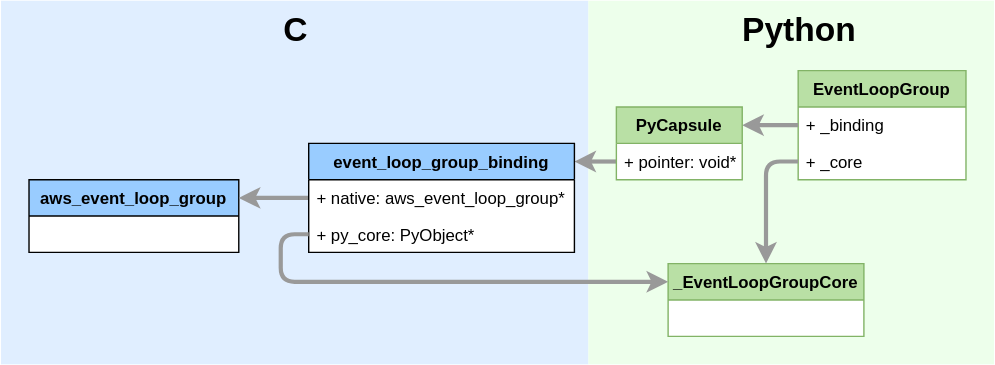
Before: docs/dev/binding-private-core.svg, a diagram exported from draw.io (awslabs/aws-crt-python). Source tidied: cells renumbered, new cells last; positions are measured from the earlier drawing's top-left corner, leaving out a move shared by most shapes. The source it was exported from:
```xml
<mxGraphModel>
  <root>
    <mxCell id="0" />
    <mxCell id="1" parent="0" />
    <mxCell id="2" style="rounded=0;whiteSpace=wrap;html=1;fillColor=#e0eeff;fontFamily=Helvetica;fontSize=12;strokeColor=none;glass=0;shadow=0;labelPosition=center;verticalLabelPosition=top;align=center;verticalAlign=bottom;horizontal=1;spacing=0;" parent="1" vertex="1">
      <mxGeometry width="420" height="260" as="geometry" />
    </mxCell>
    <mxCell id="3" style="rounded=0;whiteSpace=wrap;html=1;fillColor=#edffeb;fontFamily=Helvetica;fontSize=12;strokeColor=none;" parent="1" vertex="1">
      <mxGeometry x="420" width="290" height="260" as="geometry" />
    </mxCell>
    <mxCell id="4" value="Python" style="text;html=1;strokeColor=none;fillColor=none;align=center;verticalAlign=middle;whiteSpace=wrap;rounded=0;fontSize=24;fontFamily=Helvetica;fontStyle=1;" parent="1" vertex="1">
      <mxGeometry x="550" y="10" width="40" height="20" as="geometry" />
    </mxCell>
    <mxCell id="5" value="EventLoopGroup" style="swimlane;fontStyle=1;horizontal=1;startSize=26;fillColor=#b9e0a5;fontFamily=Helvetica;fontSize=12;gradientDirection=east;swimlaneFillColor=#ffffff;strokeColor=#82b366;" parent="1" vertex="1">
      <mxGeometry x="570" y="50" width="120" height="78" as="geometry" />
    </mxCell>
    <mxCell id="6" value="+ _binding" style="text;strokeColor=none;fillColor=none;align=left;verticalAlign=top;spacingLeft=4;spacingRight=4;overflow=hidden;points=[[0,0.5],[1,0.5]];portConstraint=eastwest;" parent="5" vertex="1">
      <mxGeometry y="26" width="120" height="26" as="geometry" />
    </mxCell>
    <mxCell id="7" value="+ _core" style="text;strokeColor=none;fillColor=none;align=left;verticalAlign=top;spacingLeft=4;spacingRight=4;overflow=hidden;points=[[0,0.5],[1,0.5]];portConstraint=eastwest;" parent="5" vertex="1">
      <mxGeometry y="52" width="120" height="26" as="geometry" />
    </mxCell>
    <mxCell id="8" style="rounded=0;jettySize=auto;html=1;exitX=0;exitY=0.5;exitDx=0;exitDy=0;strokeColor=#999999;strokeWidth=3;fontFamily=Helvetica;fontSize=12;entryX=1;entryY=0.25;entryDx=0;entryDy=0;fillColor=#f5f5f5;" parent="1" edge="1" source="6" target="12">
      <mxGeometry relative="1" as="geometry" />
    </mxCell>
    <mxCell id="9" value="aws_event_loop_group" style="swimlane;fontStyle=1;horizontal=1;startSize=26;fillColor=#99ccff;fontFamily=Helvetica;fontSize=12;swimlaneFillColor=#ffffff;" parent="1" vertex="1">
      <mxGeometry x="20" y="128" width="150" height="52" as="geometry" />
    </mxCell>
    <mxCell id="10" style="edgeStyle=none;rounded=0;jettySize=auto;html=1;strokeColor=#999999;strokeWidth=3;fontFamily=Helvetica;fontSize=12;exitX=0;exitY=0.5;exitDx=0;exitDy=0;entryX=1;entryY=0.25;entryDx=0;entryDy=0;jumpStyle=none;shadow=0;comic=0;fixDash=0;backgroundOutline=0;noJump=0;endFill=1;" parent="1" edge="1" target="9">
      <mxGeometry relative="1" as="geometry">
        <mxPoint x="220" y="141" as="sourcePoint" />
      </mxGeometry>
    </mxCell>
    <mxCell id="11" style="edgeStyle=none;rounded=0;jettySize=auto;html=1;exitX=0;exitY=0.5;exitDx=0;exitDy=0;strokeColor=#999999;strokeWidth=3;fontFamily=Helvetica;fontSize=12;entryX=1;entryY=0.25;entryDx=0;entryDy=0;" parent="1" edge="1" source="13">
      <mxGeometry relative="1" as="geometry">
        <mxPoint x="410" y="115" as="targetPoint" />
      </mxGeometry>
    </mxCell>
    <mxCell id="12" value="PyCapsule" style="swimlane;fontStyle=1;horizontal=1;startSize=26;fillColor=#b9e0a5;fontFamily=Helvetica;fontSize=12;gradientDirection=east;swimlaneFillColor=#ffffff;strokeColor=#82b366;" parent="1" vertex="1">
      <mxGeometry x="440" y="76" width="90" height="52" as="geometry" />
    </mxCell>
    <mxCell id="13" value="+ pointer: void*" style="text;strokeColor=none;fillColor=none;align=left;verticalAlign=top;spacingLeft=4;spacingRight=4;overflow=hidden;points=[[0,0.5],[1,0.5]];portConstraint=eastwest;" parent="12" vertex="1">
      <mxGeometry y="26" width="90" height="26" as="geometry" />
    </mxCell>
    <mxCell id="14" value="C" style="text;html=1;strokeColor=none;fillColor=none;align=center;verticalAlign=middle;whiteSpace=wrap;rounded=0;shadow=0;glass=0;labelBackgroundColor=none;fontFamily=Helvetica;fontSize=24;fontStyle=1;" parent="1" vertex="1">
      <mxGeometry x="190" y="10" width="40" height="20" as="geometry" />
    </mxCell>
    <mxCell id="15" value="event_loop_group_binding" style="swimlane;fontStyle=1;horizontal=1;startSize=26;fillColor=#99ccff;fontFamily=Helvetica;fontSize=12;gradientDirection=east;swimlaneFillColor=#ffffff;strokeColor=#000000;" parent="1" vertex="1">
      <mxGeometry x="220" y="102" width="190" height="78" as="geometry" />
    </mxCell>
    <mxCell id="16" value="+ native: aws_event_loop_group*" style="text;strokeColor=none;fillColor=none;align=left;verticalAlign=top;spacingLeft=4;spacingRight=4;overflow=hidden;" parent="15" vertex="1">
      <mxGeometry y="26" width="190" height="26" as="geometry" />
    </mxCell>
    <mxCell id="17" value="+ py_core: PyObject*" style="text;strokeColor=none;fillColor=none;align=left;verticalAlign=top;spacingLeft=4;spacingRight=4;overflow=hidden;points=[[0,0.5],[1,0.5]];portConstraint=eastwest;" parent="15" vertex="1">
      <mxGeometry y="52" width="190" height="26" as="geometry" />
    </mxCell>
    <mxCell id="18" value="_EventLoopGroupCore" style="swimlane;fontStyle=1;horizontal=1;startSize=26;fillColor=#b9e0a5;fontFamily=Helvetica;fontSize=12;gradientDirection=east;swimlaneFillColor=#ffffff;strokeColor=#82b366;" parent="1" vertex="1">
      <mxGeometry x="477" y="188" width="140" height="52" as="geometry" />
    </mxCell>
    <mxCell id="19" style="edgeStyle=orthogonalEdgeStyle;comic=0;jettySize=auto;html=1;shadow=0;endFill=1;strokeColor=#999999;strokeWidth=3;fontSize=12;" parent="1" edge="1" source="7" target="18">
      <mxGeometry relative="1" as="geometry" />
    </mxCell>
    <mxCell id="20" style="edgeStyle=orthogonalEdgeStyle;comic=0;jettySize=auto;html=1;exitX=0;exitY=0.5;exitDx=0;exitDy=0;shadow=0;endFill=1;strokeColor=#999999;strokeWidth=3;fontSize=12;entryX=0;entryY=0.25;entryDx=0;entryDy=0;" parent="1" edge="1" source="17" target="18">
      <mxGeometry relative="1" as="geometry" />
    </mxCell>
  </root>
</mxGraphModel>
```
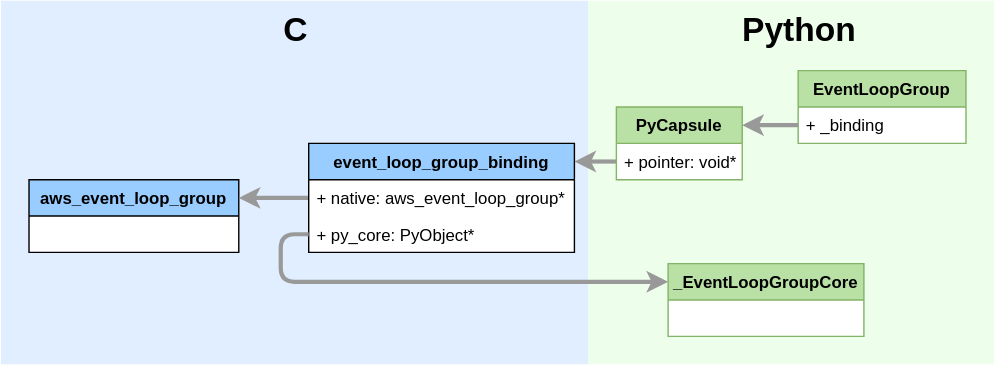
After the change.

Commit message:
respond to feedback

Diff of the diagram source:
```diff
@@ -12,14 +12,11 @@
       <mxGeometry x="550" y="10" width="40" height="20" as="geometry" />
     </mxCell>
     <mxCell id="5" value="EventLoopGroup" style="swimlane;fontStyle=1;horizontal=1;startSize=26;fillColor=#b9e0a5;fontFamily=Helvetica;fontSize=12;gradientDirection=east;swimlaneFillColor=#ffffff;strokeColor=#82b366;" parent="1" vertex="1">
-      <mxGeometry x="570" y="50" width="120" height="78" as="geometry" />
+      <mxGeometry x="570" y="50" width="120" height="52" as="geometry" />
     </mxCell>
     <mxCell id="6" value="+ _binding" style="text;strokeColor=none;fillColor=none;align=left;verticalAlign=top;spacingLeft=4;spacingRight=4;overflow=hidden;points=[[0,0.5],[1,0.5]];portConstraint=eastwest;" parent="5" vertex="1">
       <mxGeometry y="26" width="120" height="26" as="geometry" />
     </mxCell>
-    <mxCell id="7" value="+ _core" style="text;strokeColor=none;fillColor=none;align=left;verticalAlign=top;spacingLeft=4;spacingRight=4;overflow=hidden;points=[[0,0.5],[1,0.5]];portConstraint=eastwest;" parent="5" vertex="1">
-      <mxGeometry y="52" width="120" height="26" as="geometry" />
-    </mxCell>
     <mxCell id="8" style="rounded=0;jettySize=auto;html=1;exitX=0;exitY=0.5;exitDx=0;exitDy=0;strokeColor=#999999;strokeWidth=3;fontFamily=Helvetica;fontSize=12;entryX=1;entryY=0.25;entryDx=0;entryDy=0;fillColor=#f5f5f5;" parent="1" edge="1" source="6" target="12">
       <mxGeometry relative="1" as="geometry" />
     </mxCell>
@@ -57,9 +54,6 @@
     <mxCell id="18" value="_EventLoopGroupCore" style="swimlane;fontStyle=1;horizontal=1;startSize=26;fillColor=#b9e0a5;fontFamily=Helvetica;fontSize=12;gradientDirection=east;swimlaneFillColor=#ffffff;strokeColor=#82b366;" parent="1" vertex="1">
       <mxGeometry x="477" y="188" width="140" height="52" as="geometry" />
     </mxCell>
-    <mxCell id="19" style="edgeStyle=orthogonalEdgeStyle;comic=0;jettySize=auto;html=1;shadow=0;endFill=1;strokeColor=#999999;strokeWidth=3;fontSize=12;" parent="1" edge="1" source="7" target="18">
-      <mxGeometry relative="1" as="geometry" />
-    </mxCell>
     <mxCell id="20" style="edgeStyle=orthogonalEdgeStyle;comic=0;jettySize=auto;html=1;exitX=0;exitY=0.5;exitDx=0;exitDy=0;shadow=0;endFill=1;strokeColor=#999999;strokeWidth=3;fontSize=12;entryX=0;entryY=0.25;entryDx=0;entryDy=0;" parent="1" edge="1" source="17" target="18">
       <mxGeometry relative="1" as="geometry" />
     </mxCell>
```
